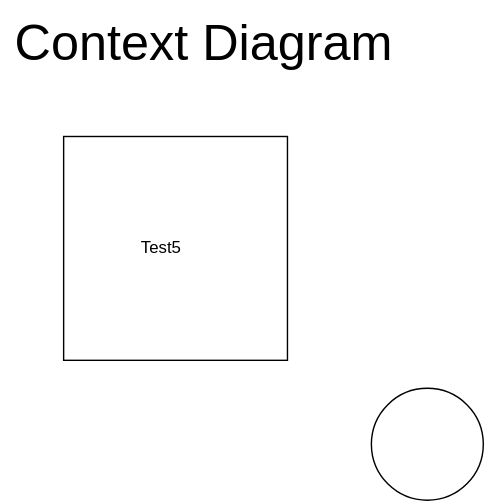
Earlier version of the draw.io export diagrams/contextdiagram.svg (martintara/kaffeknekt). Source tidied: cells renumbered, new cells last; positions are measured from the earlier drawing's top-left corner, leaving out a move shared by most shapes.
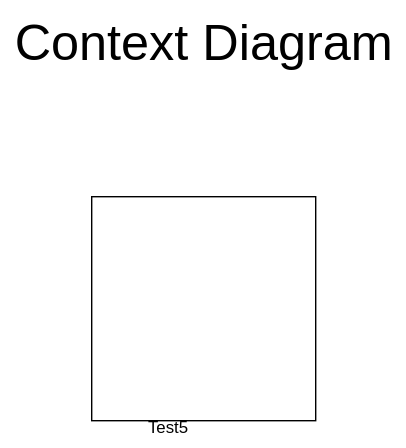
Above is the later version.

Change to the diagram source:
```diff
@@ -3,16 +3,13 @@
     <mxCell id="0" />
     <mxCell id="1" parent="0" />
     <mxCell id="2" style="whiteSpace=wrap;html=1;" parent="1" vertex="1">
-      <mxGeometry x="45" y="97" width="160" height="160" as="geometry" />
+      <mxGeometry x="230" y="107" width="160" height="160" as="geometry" />
     </mxCell>
     <mxCell id="3" value="Test5" style="text;html=1;align=center;verticalAlign=middle;whiteSpace=wrap;rounded=0;" parent="1" vertex="1">
-      <mxGeometry x="85" y="162" width="60" height="30" as="geometry" />
+      <mxGeometry x="255" y="257" width="60" height="30" as="geometry" />
     </mxCell>
     <mxCell id="4" value="&lt;font style=&quot;font-size: 36px;&quot;&gt;Context Diagram&lt;/font&gt;" style="text;html=1;align=center;verticalAlign=middle;strokeColor=none;fillColor=none;" parent="1" vertex="1">
-      <mxGeometry width="290" height="60" as="geometry" />
+      <mxGeometry x="165" y="-33" width="290" height="60" as="geometry" />
     </mxCell>
-    <mxCell id="5" style="ellipse;whiteSpace=wrap;html=1;" parent="1" vertex="1">
-      <mxGeometry x="265" y="277" width="80" height="80" as="geometry" />
-    </mxCell>
   </root>
 </mxGraphModel>
```
